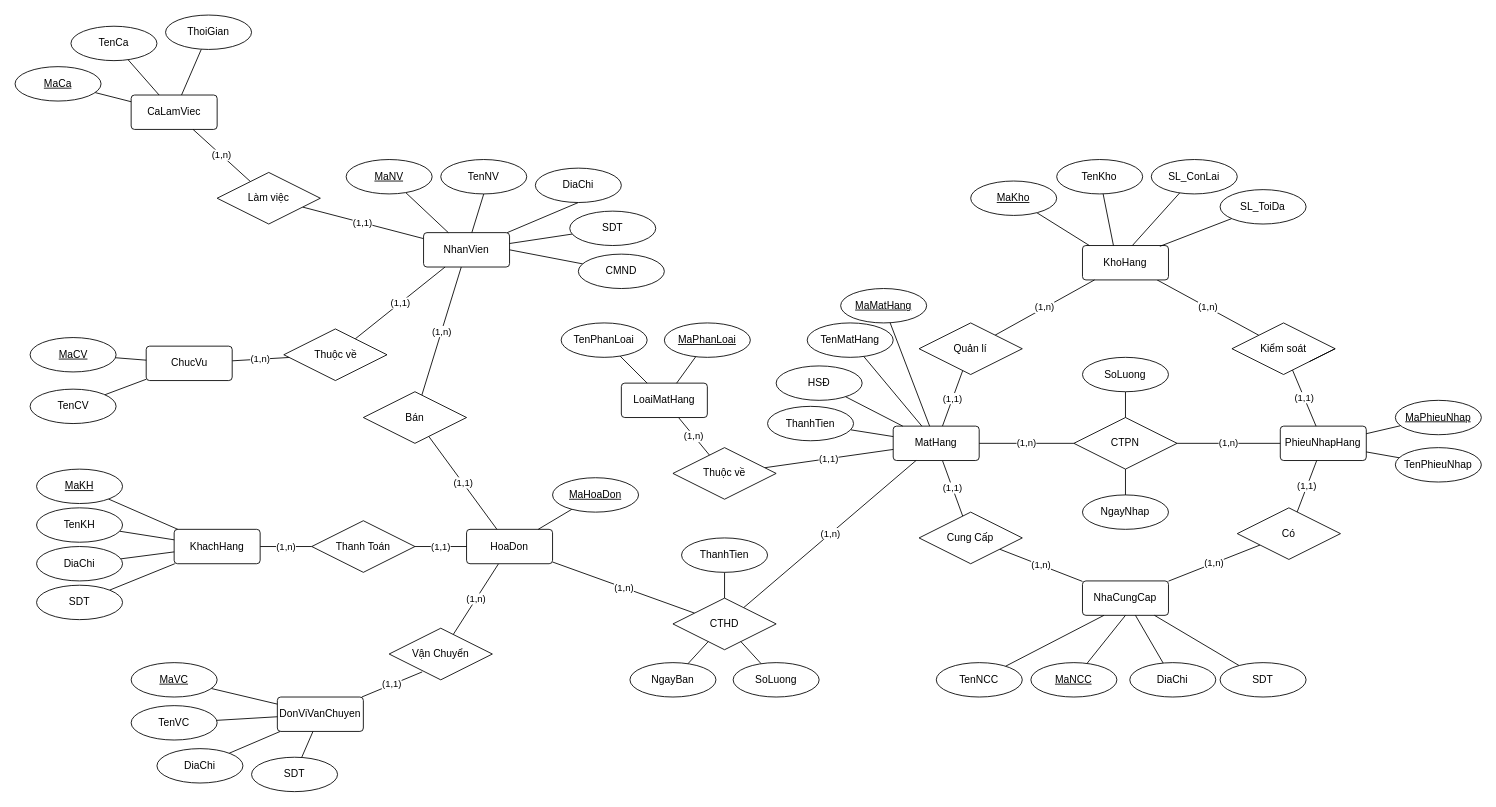
This is PTTK HTTT/Project/Project Diagram.drawio from EdgarIgnite16/SGU-Course, a draw.io file, before an edit. Source tidied: cells renumbered, new cells numbered last; positions are measured from the earlier drawing's top-left corner, leaving out a move shared by most shapes. Both pictures are drawn from the tidied source at 86%, with x=0, y=0 at pixel (15, 15).
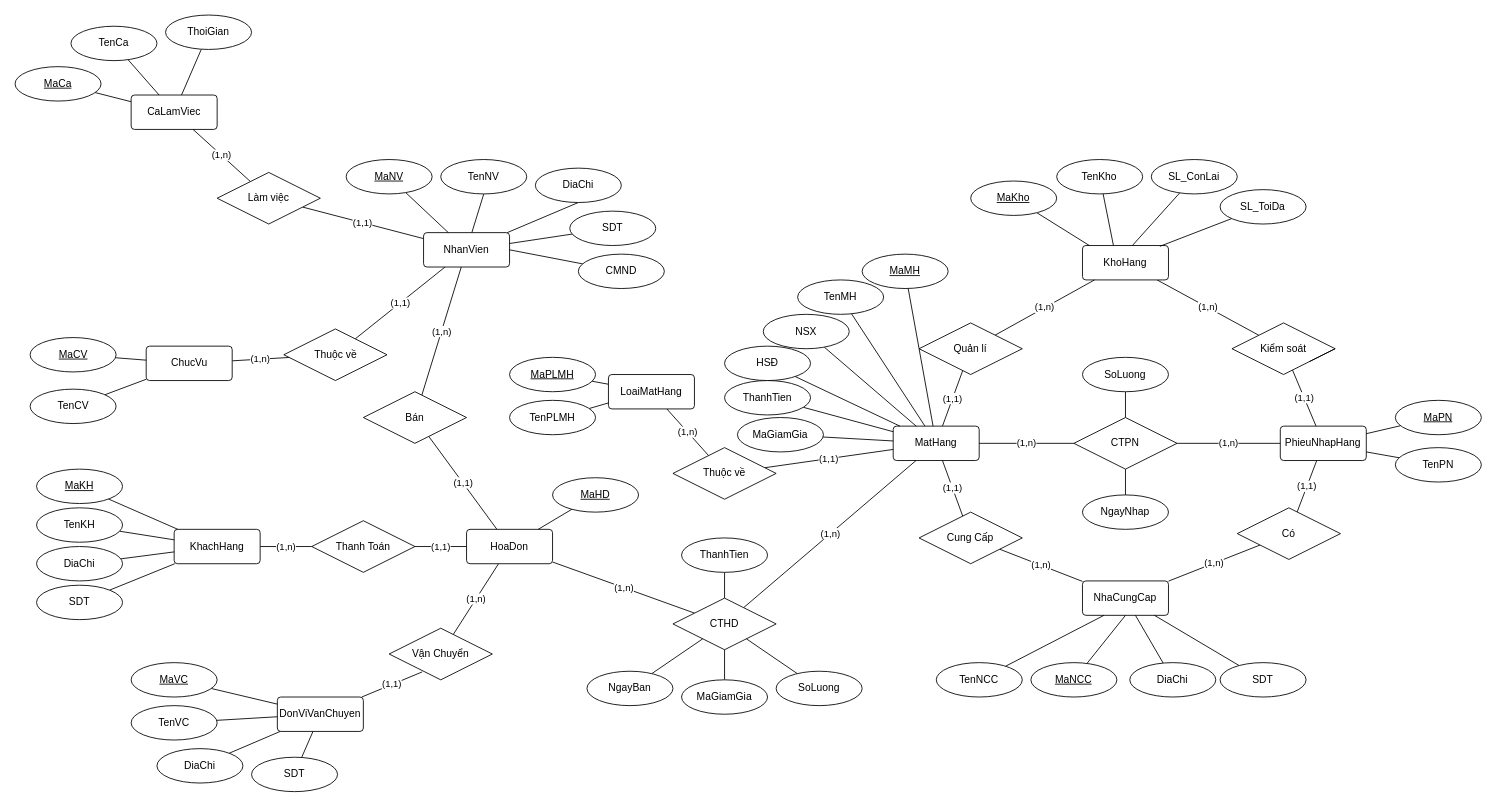
The same diagram, later.

Unchanged cells that the change refers to:
```xml
<mxCell id="20" value="MatHang" style="rounded=1;arcSize=10;whiteSpace=wrap;html=1;align=center;" parent="1" vertex="1">
  <mxGeometry x="1021.1" y="478" width="100" height="40" as="geometry" />
</mxCell>
<mxCell id="22" value="CTHD" style="shape=rhombus;perimeter=rhombusPerimeter;whiteSpace=wrap;html=1;align=center;" parent="1" vertex="1">
  <mxGeometry x="765" y="678" width="120" height="60" as="geometry" />
</mxCell>
```

Change to the diagram source:
```diff
@@
     <mxCell id="79" value="SoLuong" style="ellipse;whiteSpace=wrap;html=1;align=center;" parent="1" vertex="1">
-      <mxGeometry x="835" y="753" width="100" height="40" as="geometry" />
+      <mxGeometry x="885" y="763" width="100" height="40" as="geometry" />
     </mxCell>
@@
     <mxCell id="81" value="NgayBan" style="ellipse;whiteSpace=wrap;html=1;align=center;" parent="1" vertex="1">
-      <mxGeometry x="715" y="753" width="100" height="40" as="geometry" />
+      <mxGeometry x="665" y="763" width="100" height="40" as="geometry" />
     </mxCell>
@@
-    <mxCell id="103" value="MaMatHang" style="ellipse;whiteSpace=wrap;html=1;align=center;fontStyle=4;" parent="1" vertex="1">
-      <mxGeometry x="960" y="318" width="100" height="40" as="geometry" />
+    <mxCell id="103" value="MaMH" style="ellipse;whiteSpace=wrap;html=1;align=center;fontStyle=4;" parent="1" vertex="1">
+      <mxGeometry x="985" y="278" width="100" height="40" as="geometry" />
     </mxCell>
@@
-    <mxCell id="105" value="TenMatHang" style="ellipse;whiteSpace=wrap;html=1;align=center;" parent="1" vertex="1">
-      <mxGeometry x="921.1" y="358" width="100" height="40" as="geometry" />
+    <mxCell id="105" value="TenMH" style="ellipse;whiteSpace=wrap;html=1;align=center;" parent="1" vertex="1">
+      <mxGeometry x="910" y="308" width="100" height="40" as="geometry" />
     </mxCell>
@@
     <mxCell id="107" value="LoaiMatHang" style="rounded=1;arcSize=10;whiteSpace=wrap;html=1;align=center;" parent="1" vertex="1">
-      <mxGeometry x="705" y="428" width="100" height="40" as="geometry" />
+      <mxGeometry x="690" y="418" width="100" height="40" as="geometry" />
     </mxCell>
@@
-    <mxCell id="109" value="MaPhanLoai" style="ellipse;whiteSpace=wrap;html=1;align=center;fontStyle=4;" parent="1" vertex="1">
-      <mxGeometry x="755" y="358" width="100" height="40" as="geometry" />
+    <mxCell id="109" value="MaPLMH" style="ellipse;whiteSpace=wrap;html=1;align=center;fontStyle=4;" parent="1" vertex="1">
+      <mxGeometry x="575" y="398" width="100" height="40" as="geometry" />
     </mxCell>
@@
-    <mxCell id="111" value="TenPhanLoai" style="ellipse;whiteSpace=wrap;html=1;align=center;" parent="1" vertex="1">
-      <mxGeometry x="635" y="358" width="100" height="40" as="geometry" />
+    <mxCell id="111" value="TenPLMH" style="ellipse;whiteSpace=wrap;html=1;align=center;" parent="1" vertex="1">
+      <mxGeometry x="575" y="448" width="100" height="40" as="geometry" />
     </mxCell>
@@
-    <mxCell id="115" value="MaPhieuNhap" style="ellipse;whiteSpace=wrap;html=1;align=center;fontStyle=4;" parent="1" vertex="1">
+    <mxCell id="115" value="MaPN" style="ellipse;whiteSpace=wrap;html=1;align=center;fontStyle=4;" parent="1" vertex="1">
       <mxGeometry x="1605" y="448" width="100" height="40" as="geometry" />
     </mxCell>
@@
-    <mxCell id="117" value="TenPhieuNhap" style="ellipse;whiteSpace=wrap;html=1;align=center;" parent="1" vertex="1">
+    <mxCell id="117" value="TenPN" style="ellipse;whiteSpace=wrap;html=1;align=center;" parent="1" vertex="1">
       <mxGeometry x="1605" y="503" width="100" height="40" as="geometry" />
     </mxCell>
@@
-    <mxCell id="119" value="MaHoaDon" style="ellipse;whiteSpace=wrap;html=1;align=center;fontStyle=4;" parent="1" vertex="1">
+    <mxCell id="119" value="MaHD" style="ellipse;whiteSpace=wrap;html=1;align=center;fontStyle=4;" parent="1" vertex="1">
       <mxGeometry x="625" y="538" width="100" height="40" as="geometry" />
     </mxCell>
@@
     <mxCell id="123" value="ThanhTien" style="ellipse;whiteSpace=wrap;html=1;align=center;" parent="1" vertex="1">
-      <mxGeometry x="875" y="455" width="100" height="40" as="geometry" />
+      <mxGeometry x="825" y="425" width="100" height="40" as="geometry" />
     </mxCell>
@@
     <mxCell id="125" value="HSĐ" style="ellipse;whiteSpace=wrap;html=1;align=center;" parent="1" vertex="1">
-      <mxGeometry x="885" y="408" width="100" height="40" as="geometry" />
+      <mxGeometry x="825" y="385" width="100" height="40" as="geometry" />
     </mxCell>
@@
+    <mxCell id="130" style="rounded=0;jettySize=auto;html=1;endArrow=none;endFill=0;" parent="1" edge="1" source="131" target="20">
+      <mxGeometry relative="1" as="geometry" />
+    </mxCell>
+    <mxCell id="131" value="NSX" style="ellipse;whiteSpace=wrap;html=1;align=center;" parent="1" vertex="1">
+      <mxGeometry x="870" y="348" width="100" height="40" as="geometry" />
+    </mxCell>
+    <mxCell id="132" style="edgeStyle=none;rounded=0;jettySize=auto;html=1;endArrow=none;endFill=0;" parent="1" edge="1" source="133" target="22">
+      <mxGeometry relative="1" as="geometry" />
+    </mxCell>
+    <mxCell id="133" value="MaGiamGia" style="ellipse;whiteSpace=wrap;html=1;align=center;" parent="1" vertex="1">
+      <mxGeometry x="775" y="773" width="100" height="40" as="geometry" />
+    </mxCell>
+    <mxCell id="134" style="rounded=0;jettySize=auto;html=1;endArrow=none;endFill=0;" parent="1" edge="1" source="135" target="20">
+      <mxGeometry relative="1" as="geometry" />
+    </mxCell>
+    <mxCell id="135" value="MaGiamGia" style="ellipse;whiteSpace=wrap;html=1;align=center;" parent="1" vertex="1">
+      <mxGeometry x="840" y="468" width="100" height="40" as="geometry" />
+    </mxCell>
```
